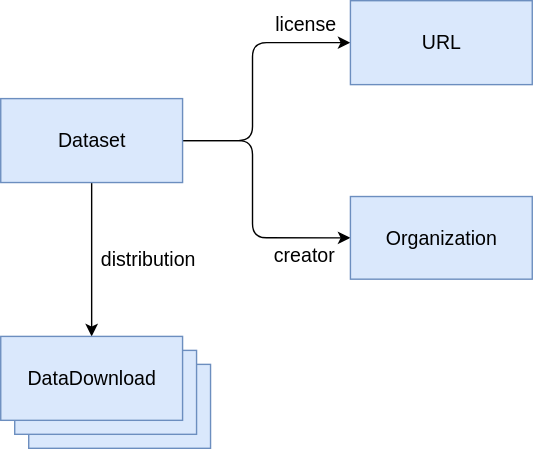
netwerk-digitaal-erfgoed/requirements-datasets keeps this draw.io diagram as model.svg. Above is the earlier version. Source tidied: cells renumbered, new cells last; positions are measured from the earlier drawing's top-left corner, leaving out a move shared by most shapes.
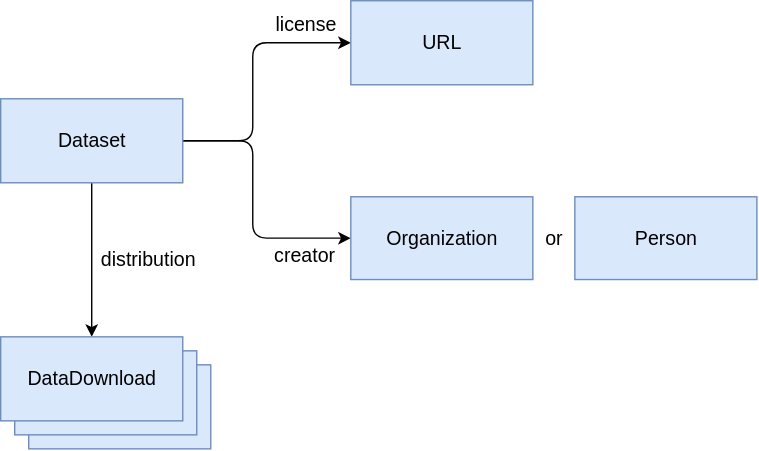
The same file after the commit.

Commit message:
deploy: 9586f719f1d8adfa43d796337dbed774e0e02809

What changed in the source:
```diff
@@ -44,5 +44,11 @@
     <mxCell id="11" value="DataDownload" style="fillColor=#dae8fc;strokeColor=#6c8ebf;labelBackgroundColor=none;html=1;fontSize=14;" parent="1" vertex="1">
       <mxGeometry y="240" width="130" height="60" as="geometry" />
     </mxCell>
+    <mxCell id="12" value="&lt;font style=&quot;font-size: 14px&quot;&gt;Person&lt;/font&gt;" style="html=1;fillColor=#dae8fc;strokeColor=#6c8ebf;fontSize=14;" parent="1" vertex="1">
+      <mxGeometry x="410" y="140" width="130" height="59.1" as="geometry" />
+    </mxCell>
+    <mxCell id="13" value="&lt;font style=&quot;font-size: 14px&quot;&gt;or&lt;/font&gt;" style="text;html=1;align=center;verticalAlign=middle;" parent="1" vertex="1">
+      <mxGeometry x="380" y="159.5" width="30" height="20" as="geometry" />
+    </mxCell>
   </root>
 </mxGraphModel>
```
